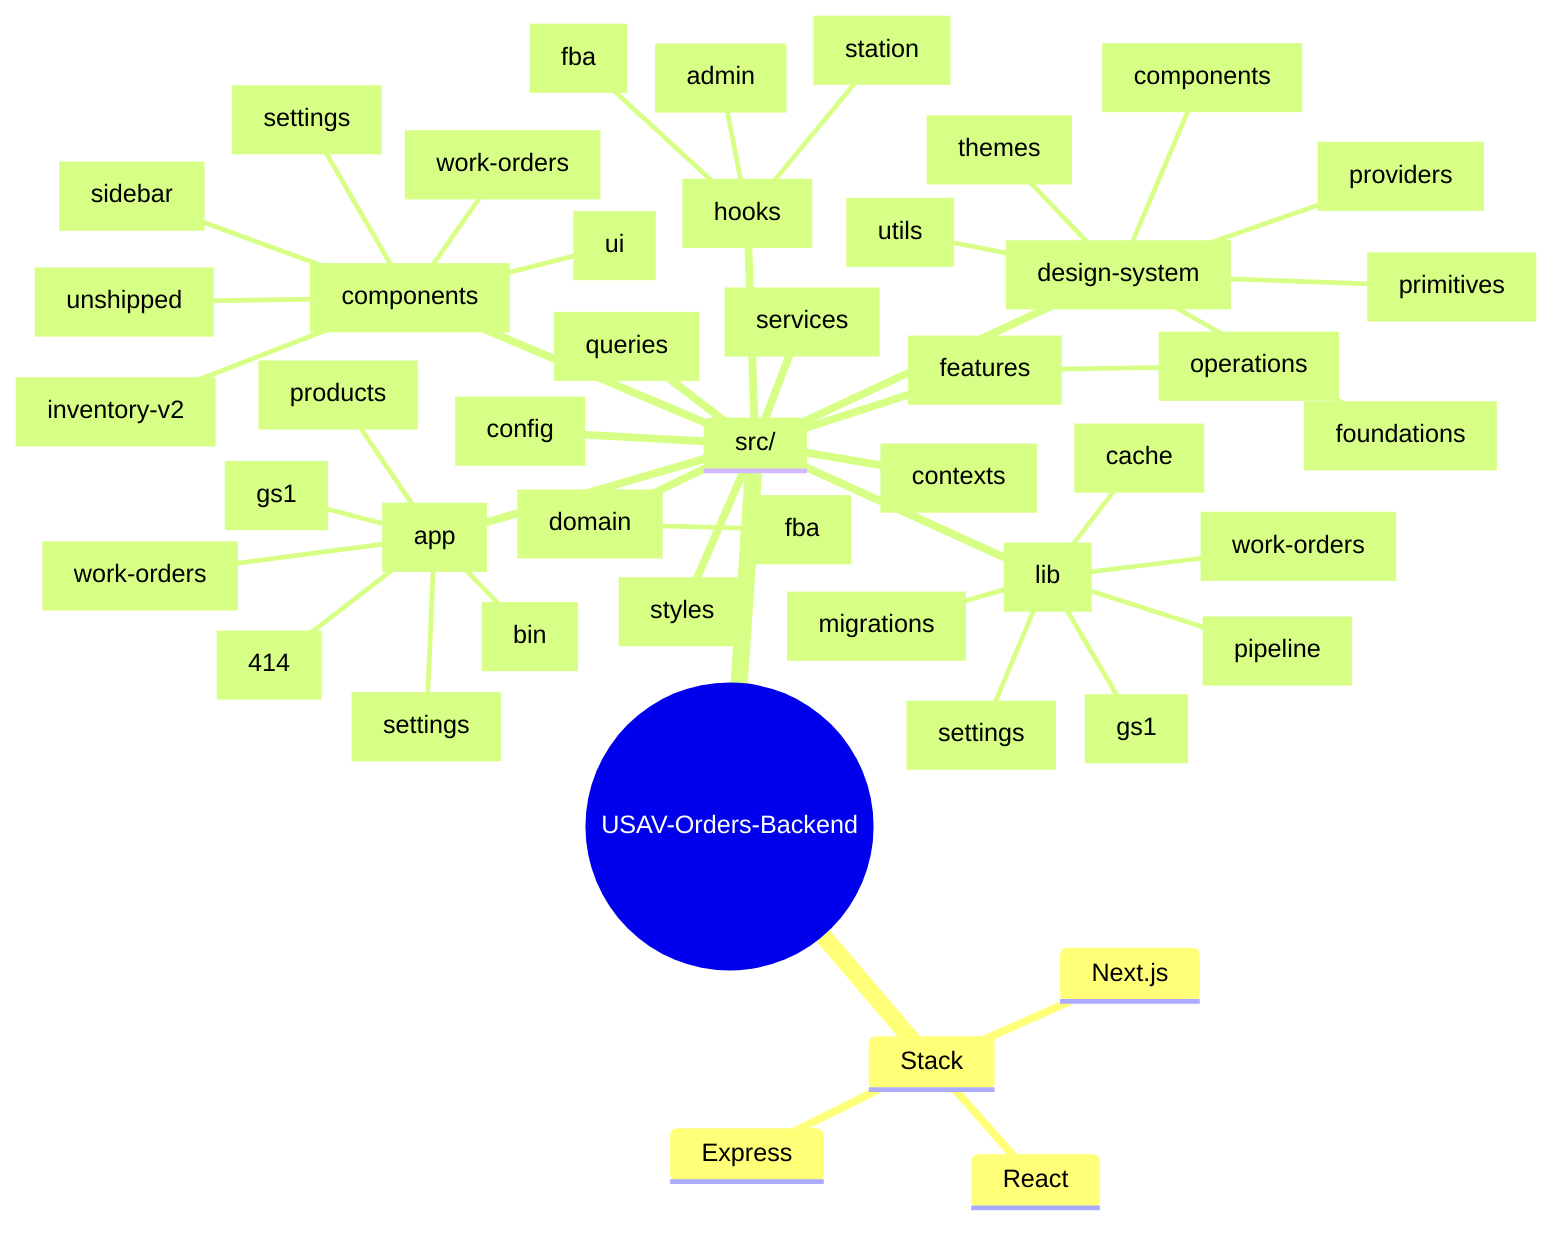
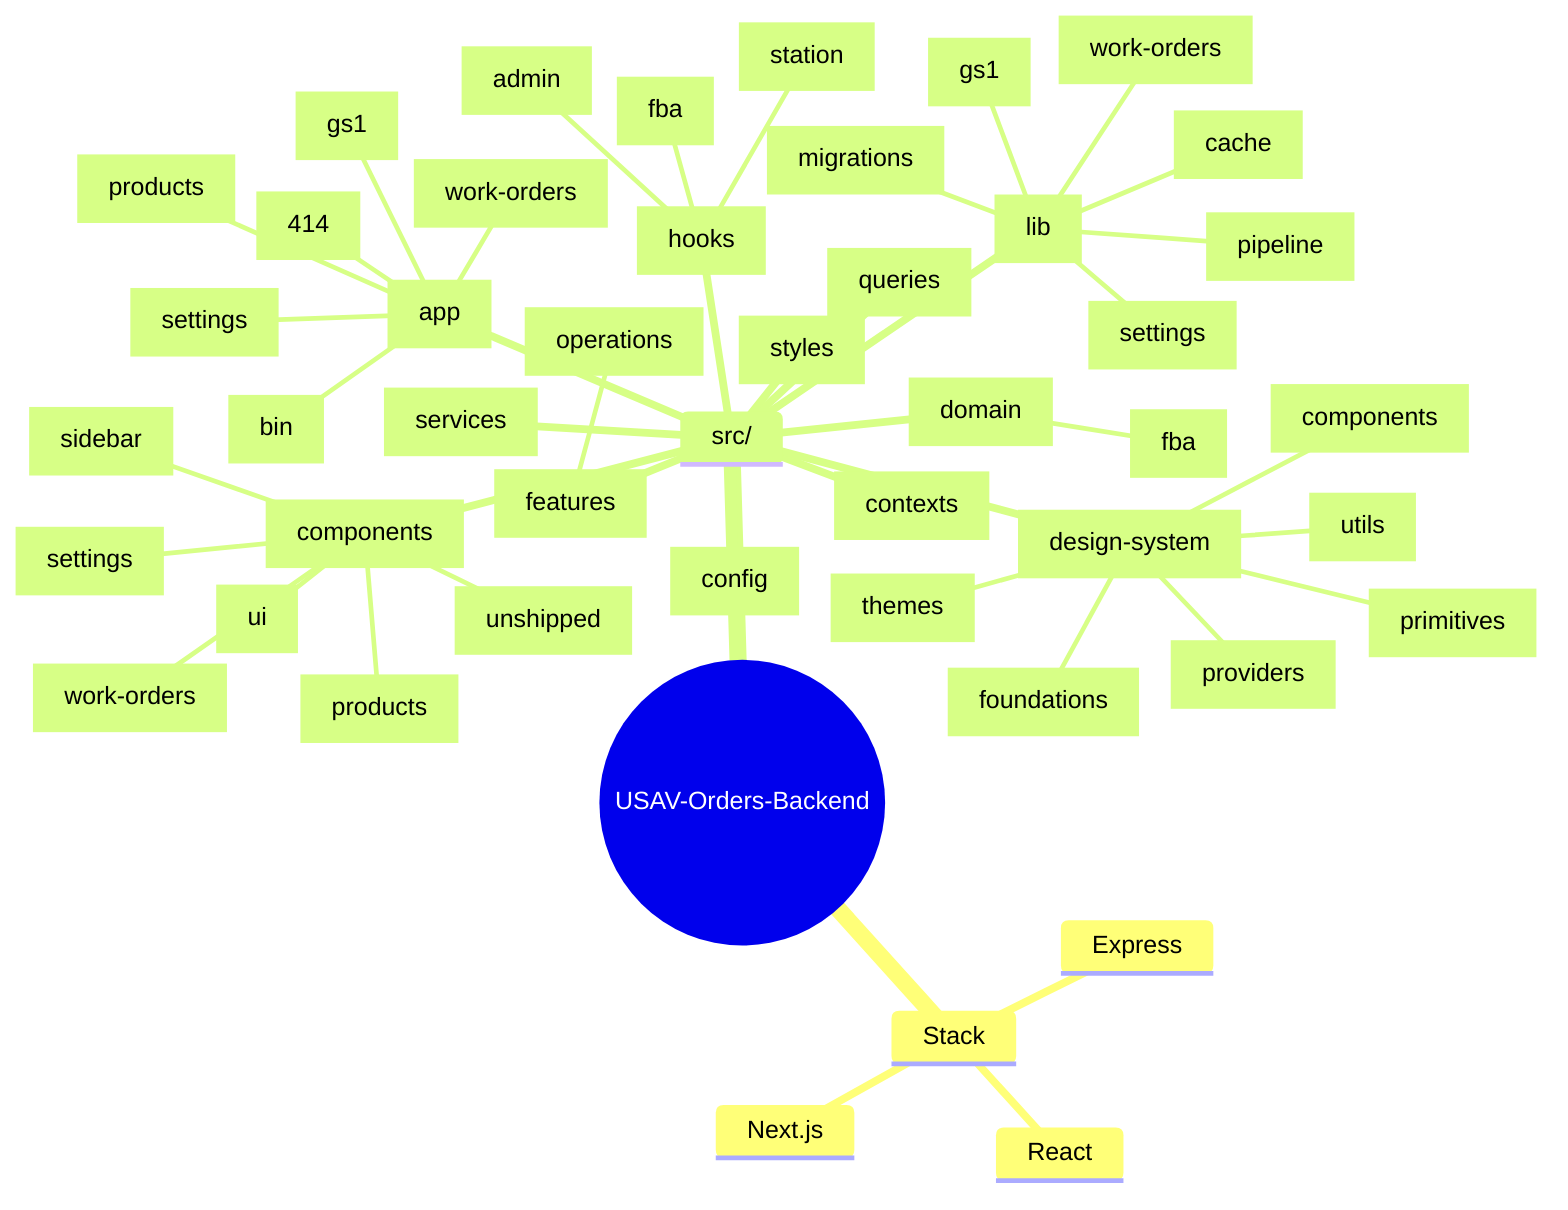
mindmap
  root((USAV-Orders-Backend))
    Stack
      Next.js
      Express
      React
    src/
      app[app]
        414_app[414]
        bin_app[bin]
        gs1_app[gs1]
        products_app[products]
        settings_app[settings]
        work_orders_app[work-orders]
      components[components]
-         inventory_v2_components[inventory-v2]
+         products_components[products]
        settings_components[settings]
        sidebar_components[sidebar]
        ui_components[ui]
        unshipped_components[unshipped]
        work_orders_components[work-orders]
      config[config]
      contexts[contexts]
      design_system[design-system]
        components_design_system[components]
        foundations_design_system[foundations]
        primitives_design_system[primitives]
        providers_design_system[providers]
        themes_design_system[themes]
        utils_design_system[utils]
      domain[domain]
        fba_domain[fba]
      features[features]
        operations_features[operations]
      hooks[hooks]
        admin_hooks[admin]
        fba_hooks[fba]
        station_hooks[station]
      lib[lib]
        cache_lib[cache]
        gs1_lib[gs1]
        migrations_lib[migrations]
        pipeline_lib[pipeline]
        settings_lib[settings]
        work_orders_lib[work-orders]
      queries[queries]
      services[services]
      styles[styles]